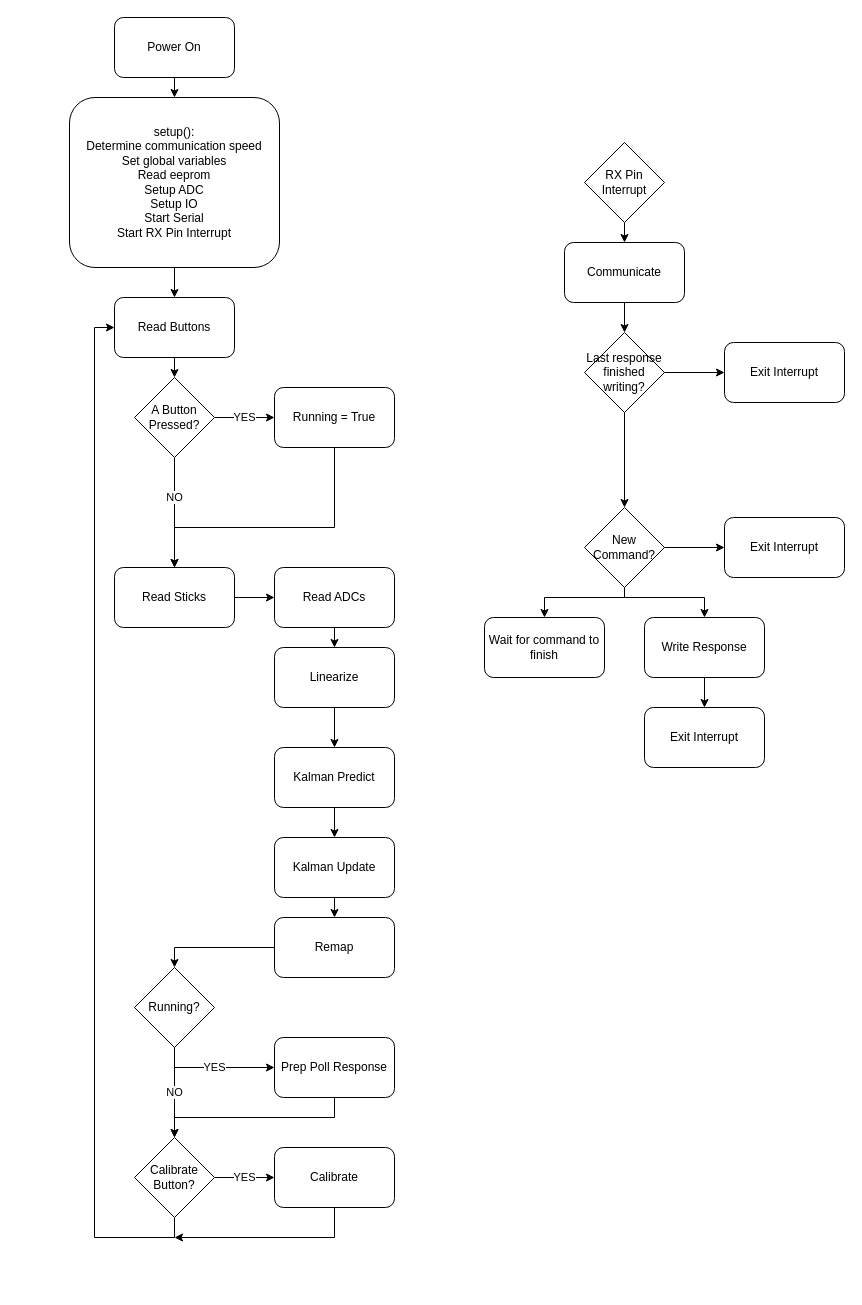
Earlier version of the draw.io diagram Documentation/PhobGCC State Diagram.drawio (karchz/PhobGCC-SW). Source tidied: cells renumbered, new cells numbered last; positions are measured from the earlier drawing's top-left corner, leaving out a move shared by most shapes. Both pictures are drawn from the tidied source at 100%, with x=0, y=0 at pixel (69, 17).
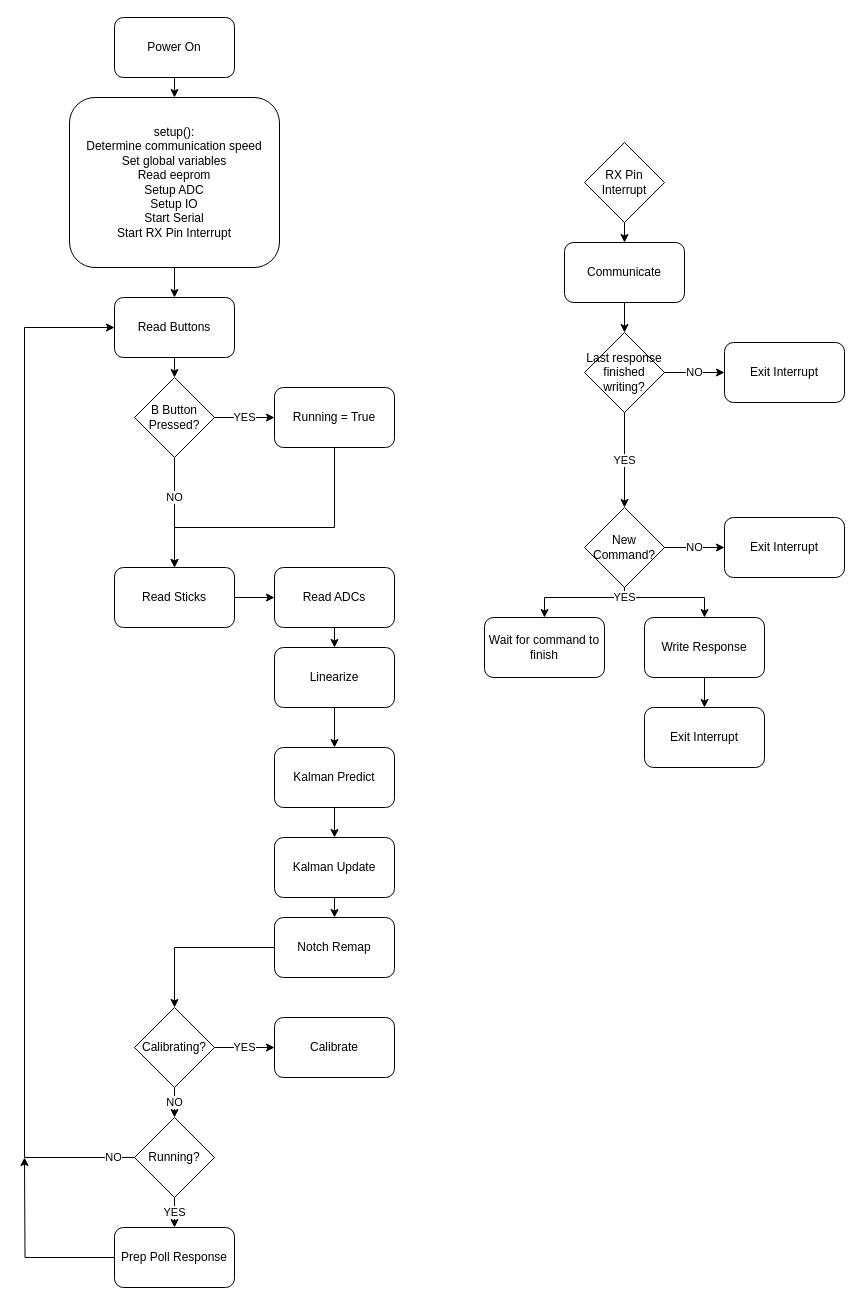
The same page after the edit.

Commit message (it also covers changes not shown here):
Updated readme with link to build pictures, various untested changes to code to improve readability, updated state diagram

The change refers to these unchanged cells:
```xml
<mxCell id="7" value="Write Response" style="rounded=1;whiteSpace=wrap;html=1;" parent="1" vertex="1">
  <mxGeometry x="575" y="600" width="120" height="60" as="geometry" />
</mxCell>
<mxCell id="11" value="Read Buttons" style="rounded=1;whiteSpace=wrap;html=1;" parent="1" vertex="1">
  <mxGeometry x="45" y="280" width="120" height="60" as="geometry" />
</mxCell>
<mxCell id="29" value="Last response finished writing?" style="rhombus;whiteSpace=wrap;html=1;" parent="1" vertex="1">
  <mxGeometry x="515" y="315" width="80" height="80" as="geometry" />
</mxCell>
<mxCell id="35" value="New Command?" style="rhombus;whiteSpace=wrap;html=1;" parent="1" vertex="1">
  <mxGeometry x="515" y="490" width="80" height="80" as="geometry" />
</mxCell>
<mxCell id="48" value="Exit Interrupt" style="rounded=1;whiteSpace=wrap;html=1;" parent="1" vertex="1">
  <mxGeometry x="655" y="325" width="120" height="60" as="geometry" />
</mxCell>
<mxCell id="49" value="Exit Interrupt" style="rounded=1;whiteSpace=wrap;html=1;" parent="1" vertex="1">
  <mxGeometry x="655" y="500" width="120" height="60" as="geometry" />
</mxCell>
```

What changed in the source:
```diff
@@
-    <mxCell id="18" style="edgeStyle=orthogonalEdgeStyle;rounded=0;jettySize=auto;html=1;exitX=0.5;exitY=1;exitDx=0;exitDy=0;entryX=0.5;entryY=0;entryDx=0;entryDy=0;" parent="1" edge="1" source="19" target="22">
-      <mxGeometry relative="1" as="geometry" />
-    </mxCell>
+    <mxCell id="52" style="edgeStyle=orthogonalEdgeStyle;rounded=0;jettySize=auto;html=1;exitX=0;exitY=0.5;exitDx=0;exitDy=0;" parent="1" edge="1" source="19">
+      <mxGeometry relative="1" as="geometry">
+        <mxPoint x="-45" y="1140" as="targetPoint" />
+      </mxGeometry>
+    </mxCell>
     <mxCell id="19" value="Prep Poll Response" style="rounded=1;whiteSpace=wrap;html=1;" parent="1" vertex="1">
-      <mxGeometry x="205" y="1020" width="120" height="60" as="geometry" />
+      <mxGeometry x="45" y="1210" width="120" height="60" as="geometry" />
     </mxCell>
@@
-    <mxCell id="21" style="edgeStyle=orthogonalEdgeStyle;rounded=0;jettySize=auto;html=1;exitX=0.5;exitY=1;exitDx=0;exitDy=0;entryX=0;entryY=0.5;entryDx=0;entryDy=0;" parent="1" edge="1" source="22" target="11">
-      <mxGeometry relative="1" as="geometry" />
-    </mxCell>
+    <mxCell id="53" value="NO" style="edgeStyle=orthogonalEdgeStyle;rounded=0;jettySize=auto;html=1;exitX=0.5;exitY=1;exitDx=0;exitDy=0;entryX=0.5;entryY=0;entryDx=0;entryDy=0;" parent="1" edge="1" source="22" target="38">
+      <mxGeometry relative="1" as="geometry" />
+    </mxCell>
-    <mxCell id="22" value="Calibrate Button?" style="rhombus;whiteSpace=wrap;html=1;" parent="1" vertex="1">
-      <mxGeometry x="65" y="1120" width="80" height="80" as="geometry" />
+    <mxCell id="22" value="Calibrating?" style="rhombus;whiteSpace=wrap;html=1;" parent="1" vertex="1">
+      <mxGeometry x="65" y="990" width="80" height="80" as="geometry" />
     </mxCell>
-    <mxCell id="23" style="edgeStyle=orthogonalEdgeStyle;rounded=0;jettySize=auto;html=1;exitX=0;exitY=0.5;exitDx=0;exitDy=0;entryX=0.5;entryY=0;entryDx=0;entryDy=0;" parent="1" edge="1" source="24" target="38">
-      <mxGeometry relative="1" as="geometry" />
-    </mxCell>
+    <mxCell id="54" style="edgeStyle=orthogonalEdgeStyle;rounded=0;jettySize=auto;html=1;exitX=0;exitY=0.5;exitDx=0;exitDy=0;entryX=0.5;entryY=0;entryDx=0;entryDy=0;" parent="1" edge="1" source="24" target="22">
+      <mxGeometry relative="1" as="geometry" />
+    </mxCell>
-    <mxCell id="24" value="Remap" style="rounded=1;whiteSpace=wrap;html=1;" parent="1" vertex="1">
+    <mxCell id="24" value="Notch Remap" style="rounded=1;whiteSpace=wrap;html=1;" parent="1" vertex="1">
       <mxGeometry x="205" y="900" width="120" height="60" as="geometry" />
     </mxCell>
@@
-    <mxCell id="27" style="edgeStyle=orthogonalEdgeStyle;rounded=0;jettySize=auto;html=1;exitX=1;exitY=0.5;exitDx=0;exitDy=0;entryX=0;entryY=0.5;entryDx=0;entryDy=0;" parent="1" edge="1" source="29" target="48">
+    <mxCell id="27" value="NO" style="edgeStyle=orthogonalEdgeStyle;rounded=0;jettySize=auto;html=1;exitX=1;exitY=0.5;exitDx=0;exitDy=0;entryX=0;entryY=0.5;entryDx=0;entryDy=0;" parent="1" edge="1" source="29" target="48">
       <mxGeometry relative="1" as="geometry" />
     </mxCell>
-    <mxCell id="28" style="edgeStyle=orthogonalEdgeStyle;rounded=0;jettySize=auto;html=1;exitX=0.5;exitY=1;exitDx=0;exitDy=0;entryX=0.5;entryY=0;entryDx=0;entryDy=0;" parent="1" edge="1" source="29" target="35">
+    <mxCell id="28" value="YES" style="edgeStyle=orthogonalEdgeStyle;rounded=0;jettySize=auto;html=1;exitX=0.5;exitY=1;exitDx=0;exitDy=0;entryX=0.5;entryY=0;entryDx=0;entryDy=0;" parent="1" edge="1" source="29" target="35">
       <mxGeometry relative="1" as="geometry" />
     </mxCell>
@@
-    <mxCell id="32" style="edgeStyle=orthogonalEdgeStyle;rounded=0;jettySize=auto;html=1;exitX=1;exitY=0.5;exitDx=0;exitDy=0;entryX=0;entryY=0.5;entryDx=0;entryDy=0;" parent="1" edge="1" source="35" target="49">
+    <mxCell id="32" value="NO" style="edgeStyle=orthogonalEdgeStyle;rounded=0;jettySize=auto;html=1;exitX=1;exitY=0.5;exitDx=0;exitDy=0;entryX=0;entryY=0.5;entryDx=0;entryDy=0;" parent="1" edge="1" source="35" target="49">
       <mxGeometry relative="1" as="geometry" />
     </mxCell>
@@
-    <mxCell id="34" style="edgeStyle=orthogonalEdgeStyle;rounded=0;jettySize=auto;html=1;exitX=0.5;exitY=1;exitDx=0;exitDy=0;entryX=0.5;entryY=0;entryDx=0;entryDy=0;" parent="1" edge="1" source="35" target="7">
-      <mxGeometry relative="1" as="geometry">
+    <mxCell id="34" value="YES" style="edgeStyle=orthogonalEdgeStyle;rounded=0;jettySize=auto;html=1;exitX=0.5;exitY=1;exitDx=0;exitDy=0;entryX=0.5;entryY=0;entryDx=0;entryDy=0;" parent="1" edge="1" source="35" target="7">
+      <mxGeometry x="-0.82" relative="1" as="geometry">
         <Array as="points">
           <mxPoint x="555" y="580" />
           <mxPoint x="635" y="580" />
         </Array>
       </mxGeometry>
     </mxCell>
@@
-    <mxCell id="36" value="YES" style="edgeStyle=orthogonalEdgeStyle;rounded=0;jettySize=auto;html=1;exitX=0.5;exitY=1;exitDx=0;exitDy=0;entryX=0;entryY=0.5;entryDx=0;entryDy=0;" parent="1" edge="1" source="38" target="19">
+    <mxCell id="36" value="YES" style="edgeStyle=orthogonalEdgeStyle;rounded=0;jettySize=auto;html=1;exitX=0.5;exitY=1;exitDx=0;exitDy=0;entryX=0.5;entryY=0;entryDx=0;entryDy=0;" parent="1" edge="1" source="38" target="19">
       <mxGeometry relative="1" as="geometry" />
     </mxCell>
-    <mxCell id="37" value="NO" style="edgeStyle=orthogonalEdgeStyle;rounded=0;jettySize=auto;html=1;exitX=0.5;exitY=1;exitDx=0;exitDy=0;" parent="1" edge="1" source="38">
-      <mxGeometry relative="1" as="geometry">
-        <mxPoint x="105" y="1120" as="targetPoint" />
-      </mxGeometry>
-    </mxCell>
+    <mxCell id="55" value="NO" style="edgeStyle=orthogonalEdgeStyle;rounded=0;jettySize=auto;html=1;exitX=0;exitY=0.5;exitDx=0;exitDy=0;entryX=0;entryY=0.5;entryDx=0;entryDy=0;" parent="1" edge="1" source="38" target="11">
+      <mxGeometry x="-0.96" relative="1" as="geometry">
+        <Array as="points">
+          <mxPoint x="-45" y="1140" />
+          <mxPoint x="-45" y="310" />
+        </Array>
+      </mxGeometry>
+    </mxCell>
     <mxCell id="38" value="Running?" style="rhombus;whiteSpace=wrap;html=1;" parent="1" vertex="1">
-      <mxGeometry x="65" y="950" width="80" height="80" as="geometry" />
+      <mxGeometry x="65" y="1100" width="80" height="80" as="geometry" />
     </mxCell>
-    <mxCell id="39" style="edgeStyle=orthogonalEdgeStyle;rounded=0;jettySize=auto;html=1;exitX=0.5;exitY=1;exitDx=0;exitDy=0;" parent="1" edge="1" source="40">
-      <mxGeometry relative="1" as="geometry">
-        <mxPoint x="105" y="1220" as="targetPoint" />
-        <Array as="points">
-          <mxPoint x="265" y="1220" />
-        </Array>
-      </mxGeometry>
-    </mxCell>
     <mxCell id="40" value="Calibrate" style="rounded=1;whiteSpace=wrap;html=1;" parent="1" vertex="1">
-      <mxGeometry x="205" y="1130" width="120" height="60" as="geometry" />
+      <mxGeometry x="205" y="1000" width="120" height="60" as="geometry" />
     </mxCell>
@@
-    <mxCell id="43" value="A Button Pressed?" style="rhombus;whiteSpace=wrap;html=1;" parent="1" vertex="1">
+    <mxCell id="43" value="B Button Pressed?" style="rhombus;whiteSpace=wrap;html=1;" parent="1" vertex="1">
       <mxGeometry x="65" y="360" width="80" height="80" as="geometry" />
     </mxCell>
```
